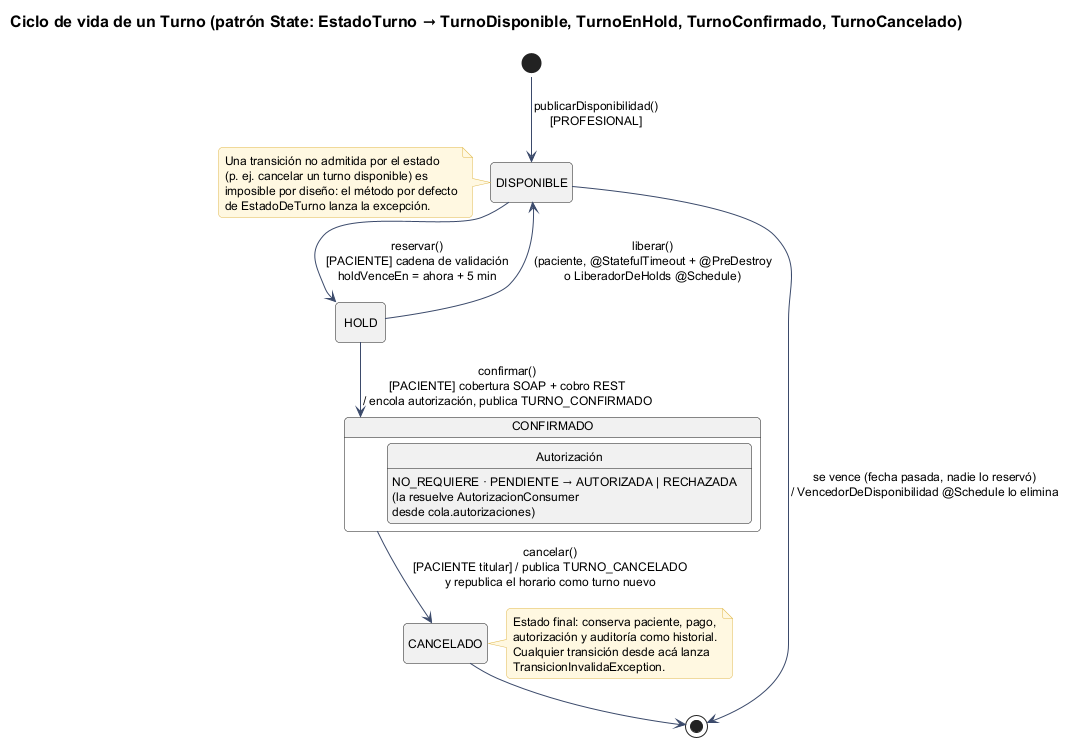
Before: docs/diagramas/06-estados-turno.png, a diagram exported from PlantUML (ToxicWork/MediConecta). Its diagram source:
```plantuml
@startuml 06-estados-turno
!pragma layout smetana
!include _estilo.iuml
title Ciclo de vida de un Turno (patrón State: EstadoTurno → TurnoDisponible, TurnoEnHold, TurnoConfirmado, TurnoCancelado)
hide empty description

[*] --> DISPONIBLE : publicarDisponibilidad()\n[PROFESIONAL]
DISPONIBLE --> HOLD : reservar()\n[PACIENTE] cadena de validación\nholdVenceEn = ahora + 5 min
HOLD --> CONFIRMADO : confirmar()\n[PACIENTE] cobertura SOAP + cobro REST\n/ encola autorización, publica TURNO_CONFIRMADO
HOLD --> DISPONIBLE : liberar()\n(paciente, @StatefulTimeout + @PreDestroy\no LiberadorDeHolds @Schedule)
CONFIRMADO --> CANCELADO : cancelar()\n[PACIENTE titular] / publica TURNO_CANCELADO\ny republica el horario como turno nuevo
CANCELADO --> [*]
DISPONIBLE --> [*] : se vence (fecha pasada, nadie lo reservó)\n/ VencedorDeDisponibilidad @Schedule lo elimina

state CONFIRMADO {
  state "Autorización" as AUT
  AUT : NO_REQUIERE · PENDIENTE → AUTORIZADA | RECHAZADA
  AUT : (la resuelve AutorizacionConsumer\ndesde cola.autorizaciones)
}

note right of CANCELADO
  Estado final: conserva paciente, pago,
  autorización y auditoría como historial.
  Cualquier transición desde acá lanza
  TransicionInvalidaException.
end note
note left of DISPONIBLE
  Una transición no admitida por el estado
  (p. ej. cancelar un turno disponible) es
  imposible por diseño: el método por defecto
  de EstadoDeTurno lanza la excepción.
end note
@enduml
```
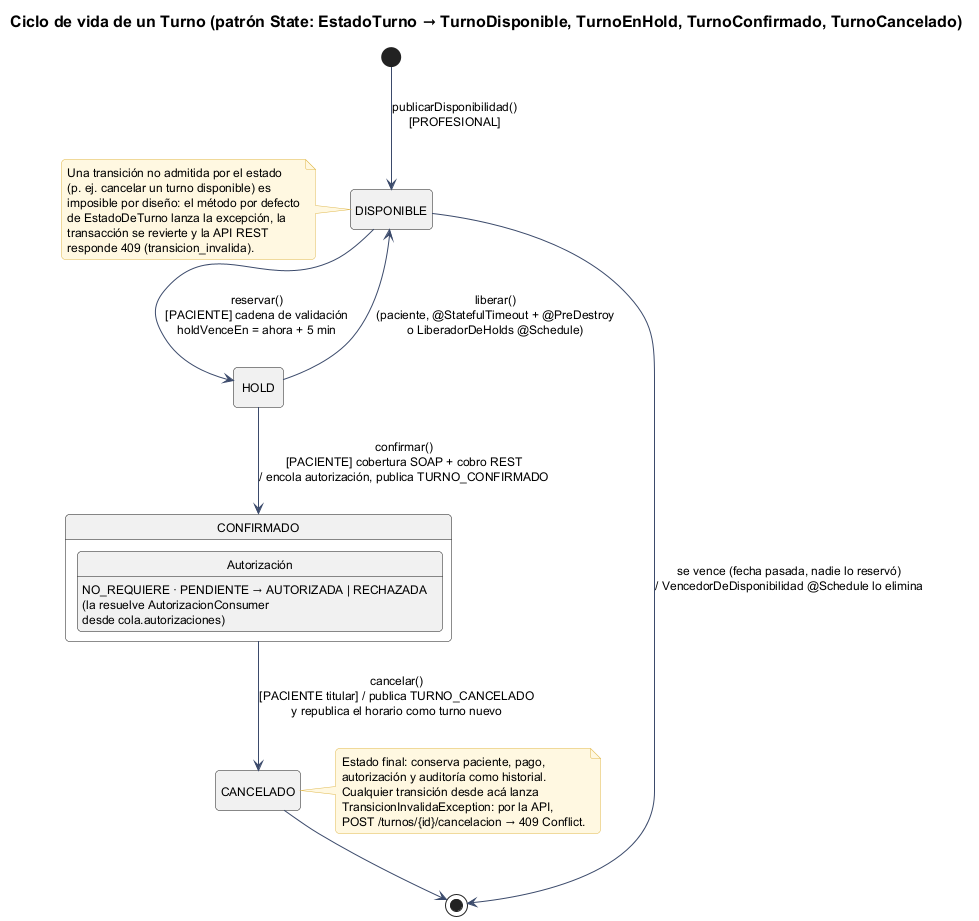
Later version of the same file.

Change to the diagram source:
```diff
@@ -1,5 +1,4 @@
 @startuml 06-estados-turno
-!pragma layout smetana
 !include _estilo.iuml
 title Ciclo de vida de un Turno (patrón State: EstadoTurno → TurnoDisponible, TurnoEnHold, TurnoConfirmado, TurnoCancelado)
 hide empty description
@@ -22,12 +21,15 @@
   Estado final: conserva paciente, pago,
   autorización y auditoría como historial.
   Cualquier transición desde acá lanza
-  TransicionInvalidaException.
+  TransicionInvalidaException: por la API,
+  POST /turnos/{id}/cancelacion → 409 Conflict.
 end note
 note left of DISPONIBLE
   Una transición no admitida por el estado
   (p. ej. cancelar un turno disponible) es
   imposible por diseño: el método por defecto
-  de EstadoDeTurno lanza la excepción.
+  de EstadoDeTurno lanza la excepción, la
+  transacción se revierte y la API REST
+  responde 409 (transicion_invalida).
 end note
 @enduml
```
